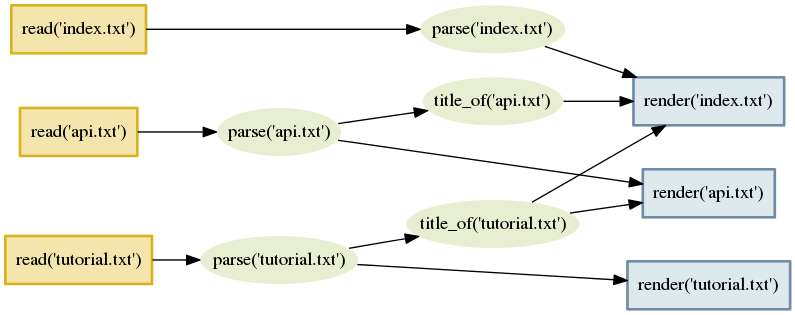
aosabook/500lines keeps this Graphviz diagram as contingent/figure3.png. Above is the earlier version. Its source is kept beside it as contingent/figure3.dot.
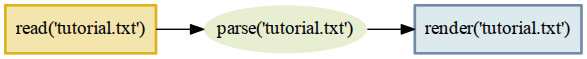
The same file after the commit.

Change to the diagram source:
```diff
@@ -3,28 +3,15 @@
 node [shape=rect penwidth=2 color="#DAB21D"
       style=filled fillcolor="#F4E5AD"]
 {rank=same
-"read('api.txt')"
-"read('index.txt')"
 "read('tutorial.txt')"
 }
 node [shape=rect penwidth=2 color="#708BA6"
       style=filled fillcolor="#DCE9ED"]
 {rank=same
-"render('api.txt')"
-"render('index.txt')"
 "render('tutorial.txt')"
 }
 node [shape=oval penwidth=0 style=filled fillcolor="#E8EED2"
       margin="0.05,0"]
-"parse('api.txt')" -> "render('api.txt')"
-"parse('api.txt')" -> "title_of('api.txt')"
-"parse('index.txt')" -> "render('index.txt')"
 "parse('tutorial.txt')" -> "render('tutorial.txt')"
-"parse('tutorial.txt')" -> "title_of('tutorial.txt')"
-"read('api.txt')" -> "parse('api.txt')"
-"read('index.txt')" -> "parse('index.txt')"
 "read('tutorial.txt')" -> "parse('tutorial.txt')"
-"title_of('api.txt')" -> "render('index.txt')"
-"title_of('tutorial.txt')" -> "render('api.txt')"
-"title_of('tutorial.txt')" -> "render('index.txt')"
 }
```
